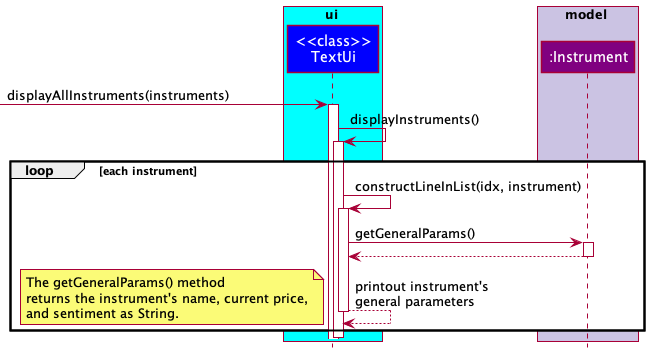
williamlamjy/mTracker keeps this PlantUML diagram as docs/images/TextUiDisplayInstrumentGeneralParams.png. Above is the earlier version.
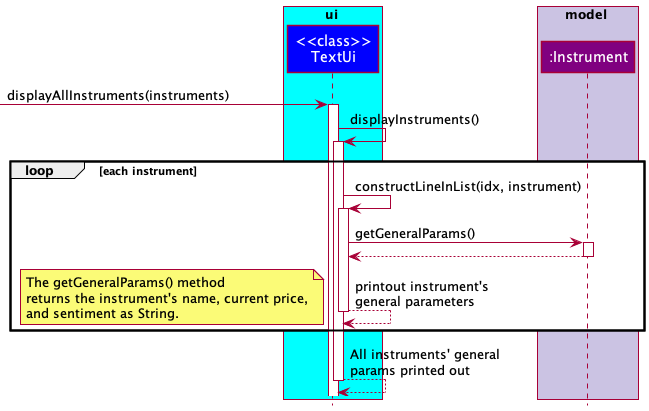
Above is the later version.

Diff of the diagram source:
```diff
@@ -36,6 +36,7 @@
         deactivate TextUi
 end
 
+TextUi --> TextUi : All instruments' general \nparams printed out
 deactivate TextUi
 
 
```
